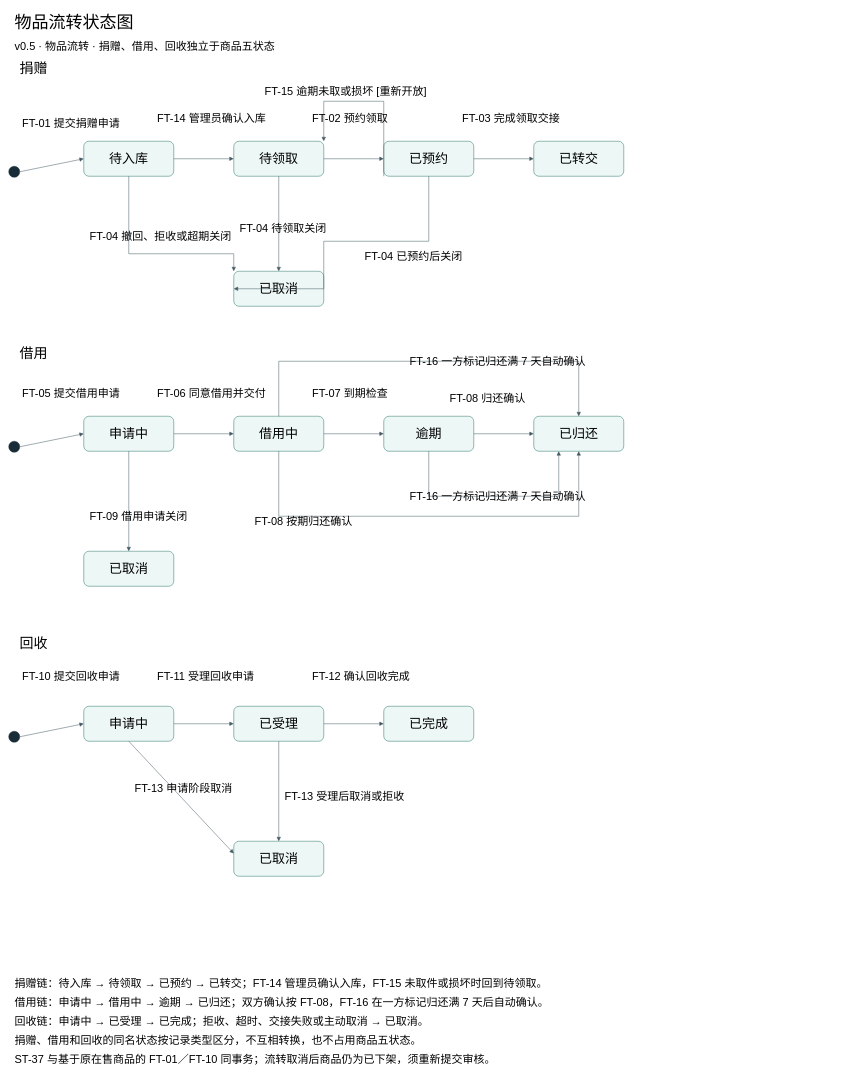
This is 规则与状态/物品流转状态图.drawio from Elusive-phantasm/Software-Engineering, a draw.io file, before an edit. Source tidied: cells renumbered, new cells numbered last; positions are measured from the earlier drawing's top-left corner, leaving out a move shared by most shapes. Both pictures are drawn from the tidied source at 50%, with x=0, y=0 at pixel (8, 8).
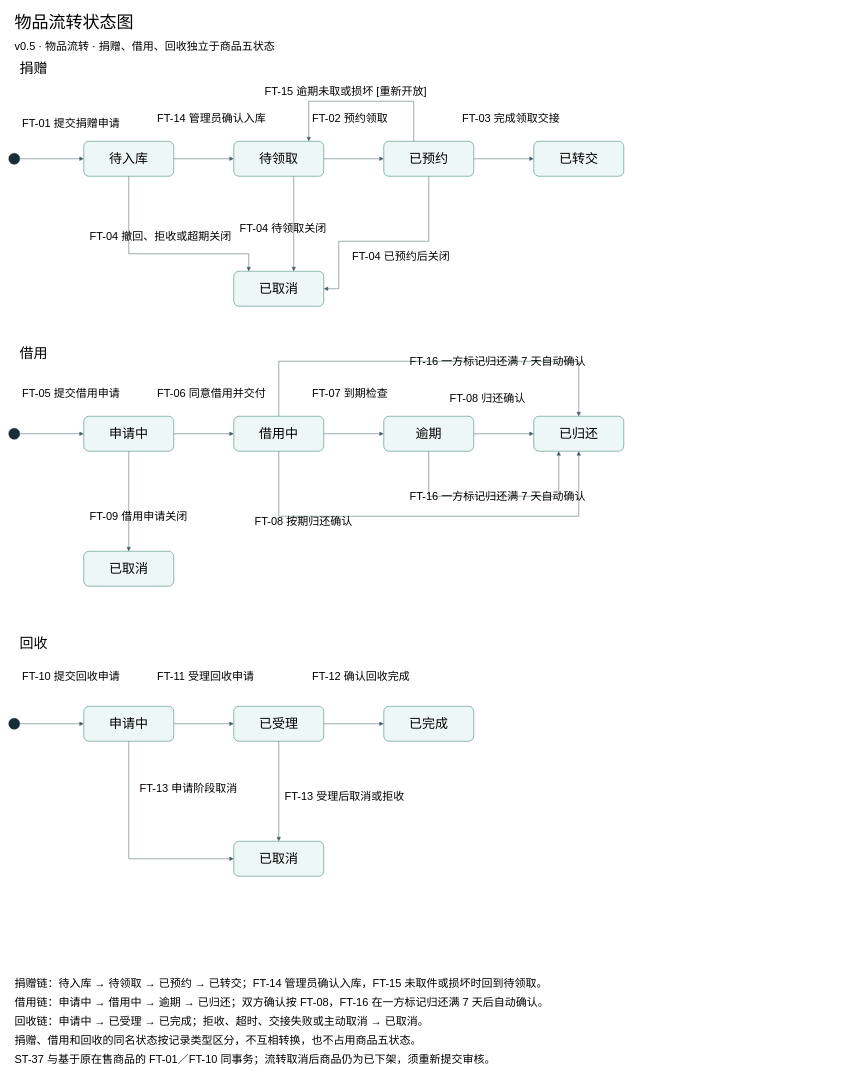
After the change.

Unchanged cells that the change refers to:
```xml
<mxCell id="8" value="待入库" style="rounded=1;arcSize=15;whiteSpace=wrap;html=0;fillColor=#edf7f5;strokeColor=#28776b;fontSize=26;fontFamily=Microsoft YaHei;" parent="1" vertex="1">
  <mxGeometry x="150" y="265" width="180" height="70" as="geometry" />
</mxCell>
<mxCell id="9" value="待领取" style="rounded=1;arcSize=15;whiteSpace=wrap;html=0;fillColor=#edf7f5;strokeColor=#28776b;fontSize=26;fontFamily=Microsoft YaHei;" parent="1" vertex="1">
  <mxGeometry x="450" y="265" width="180" height="70" as="geometry" />
</mxCell>
<mxCell id="10" value="已预约" style="rounded=1;arcSize=15;whiteSpace=wrap;html=0;fillColor=#edf7f5;strokeColor=#28776b;fontSize=26;fontFamily=Microsoft YaHei;" parent="1" vertex="1">
  <mxGeometry x="750" y="265" width="180" height="70" as="geometry" />
</mxCell>
<mxCell id="12" value="已取消" style="rounded=1;arcSize=15;whiteSpace=wrap;html=0;fillColor=#edf7f5;strokeColor=#28776b;fontSize=26;fontFamily=Microsoft YaHei;" parent="1" vertex="1">
  <mxGeometry x="450" y="525" width="180" height="70" as="geometry" />
</mxCell>
<mxCell id="20" value="申请中" style="rounded=1;arcSize=15;whiteSpace=wrap;html=0;fillColor=#edf7f5;strokeColor=#28776b;fontSize=26;fontFamily=Microsoft YaHei;" parent="1" vertex="1">
  <mxGeometry x="150" y="1395" width="180" height="70" as="geometry" />
</mxCell>
<mxCell id="23" value="已取消" style="rounded=1;arcSize=15;whiteSpace=wrap;html=0;fillColor=#edf7f5;strokeColor=#28776b;fontSize=26;fontFamily=Microsoft YaHei;" parent="1" vertex="1">
  <mxGeometry x="450" y="1665" width="180" height="70" as="geometry" />
</mxCell>
```

Diff of the diagram source:
```diff
@@
     <mxCell id="7" style="ellipse;fillColor=#182d37;strokeColor=#182d37;" parent="1" vertex="1">
-      <mxGeometry y="315" width="22" height="22" as="geometry" />
+      <mxGeometry y="289" width="22" height="22" as="geometry" />
     </mxCell>
@@
     <mxCell id="13" style="ellipse;fillColor=#182d37;strokeColor=#182d37;" parent="1" vertex="1">
-      <mxGeometry y="865" width="22" height="22" as="geometry" />
+      <mxGeometry y="839" width="22" height="22" as="geometry" />
     </mxCell>
@@
     <mxCell id="19" style="ellipse;fillColor=#182d37;strokeColor=#182d37;" parent="1" vertex="1">
-      <mxGeometry y="1445" width="22" height="22" as="geometry" />
+      <mxGeometry y="1419" width="22" height="22" as="geometry" />
     </mxCell>
@@
-    <mxCell id="28" style="edgeStyle=none;rounded=0;endArrow=block;exitX=0.5;exitY=1.0;entryX=0.0;entryY=0.0;strokeColor=#435962;" parent="1" edge="1" source="8" target="12">
+    <mxCell id="28" style="edgeStyle=none;rounded=0;endArrow=block;exitX=0.5;exitY=1.0;entryX=0.16666666666666666;entryY=0.0;strokeColor=#435962;" parent="1" edge="1" source="8" target="12">
       <mxGeometry relative="1" as="geometry">
         <Array as="points">
           <mxPoint x="240" y="490" />
-          <mxPoint x="450" y="490" />
+          <mxPoint x="480" y="490" />
         </Array>
       </mxGeometry>
     </mxCell>
-    <mxCell id="29" style="edgeStyle=none;rounded=0;endArrow=block;exitX=0.5;exitY=1.0;entryX=0.5;entryY=0.0;strokeColor=#435962;" parent="1" edge="1" source="9" target="12">
+    <mxCell id="29" style="edgeStyle=none;rounded=0;endArrow=block;exitX=0.6666666666666666;exitY=1.0;entryX=0.6666666666666666;entryY=0.0;strokeColor=#435962;" parent="1" edge="1" source="9" target="12">
       <mxGeometry relative="1" as="geometry" />
     </mxCell>
-    <mxCell id="30" style="edgeStyle=none;rounded=0;endArrow=block;exitX=0.5;exitY=1.0;entryX=0.0;entryY=0.5;strokeColor=#435962;" parent="1" edge="1" source="10" target="12">
+    <mxCell id="30" style="edgeStyle=none;rounded=0;endArrow=block;exitX=0.5;exitY=1.0;entryX=1.0;entryY=0.5;strokeColor=#435962;" parent="1" edge="1" source="10" target="12">
       <mxGeometry relative="1" as="geometry">
         <Array as="points">
           <mxPoint x="840" y="465" />
-          <mxPoint x="630" y="465" />
-          <mxPoint x="630" y="560" />
+          <mxPoint x="660" y="465" />
+          <mxPoint x="660" y="560" />
         </Array>
       </mxGeometry>
     </mxCell>
-    <mxCell id="31" style="edgeStyle=none;rounded=0;endArrow=block;exitX=0.0;exitY=1.0;entryX=1.0;entryY=0.0;strokeColor=#435962;" parent="1" edge="1" source="10" target="9">
+    <mxCell id="31" style="edgeStyle=none;rounded=0;endArrow=block;exitX=0.3333333333333333;exitY=0.0;entryX=0.8333333333333334;entryY=0.0;strokeColor=#435962;" parent="1" edge="1" source="10" target="9">
       <mxGeometry relative="1" as="geometry">
         <Array as="points">
-          <mxPoint x="750" y="185" />
-          <mxPoint x="630" y="185" />
+          <mxPoint x="810" y="185" />
+          <mxPoint x="600" y="185" />
         </Array>
       </mxGeometry>
     </mxCell>
@@
-    <mxCell id="43" style="edgeStyle=none;rounded=0;endArrow=block;exitX=0.5;exitY=1.0;entryX=-1.1666666666666667;entryY=0.0;strokeColor=#435962;" parent="1" edge="1" source="20" target="23">
-      <mxGeometry relative="1" as="geometry" />
+    <mxCell id="43" style="edgeStyle=none;rounded=0;endArrow=block;exitX=0.5;exitY=1.0;entryX=0.0;entryY=0.5;strokeColor=#435962;" parent="1" edge="1" source="20" target="23">
+      <mxGeometry relative="1" as="geometry">
+        <Array as="points">
+          <mxPoint x="240" y="1700" />
+        </Array>
+      </mxGeometry>
     </mxCell>
@@
     <mxCell id="51" value="FT-04 已预约后关闭" style="text;html=0;align=left;verticalAlign=top;whiteSpace=wrap;fontSize=22;fontFamily=Microsoft YaHei;" parent="1" vertex="1">
-      <mxGeometry x="710" y="475" width="480" height="75" as="geometry" />
+      <mxGeometry x="685" y="475" width="480" height="75" as="geometry" />
     </mxCell>
@@
     <mxCell id="64" value="FT-13 申请阶段取消" style="text;html=0;align=left;verticalAlign=top;whiteSpace=wrap;fontSize=22;fontFamily=Microsoft YaHei;" parent="1" vertex="1">
-      <mxGeometry x="250" y="1540" width="480" height="75" as="geometry" />
+      <mxGeometry x="260" y="1540" width="480" height="75" as="geometry" />
     </mxCell>
```
